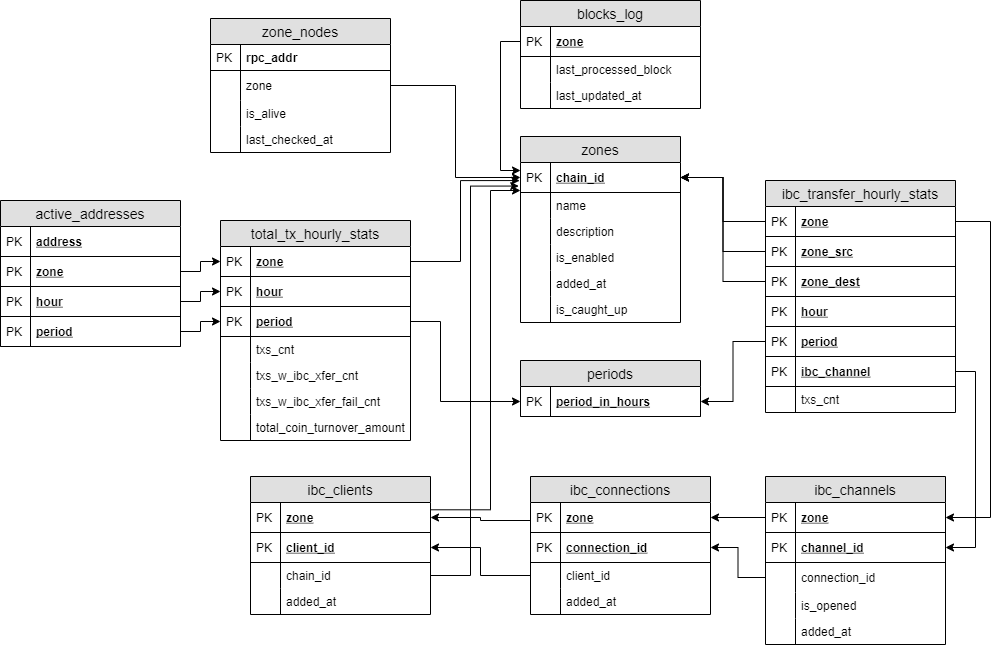
Above: docs/img/db_core.png in mapofzones/docs (draw.io), before the change. Source tidied: cells renumbered, new cells last; positions are measured from the earlier drawing's top-left corner, leaving out a move shared by most shapes.
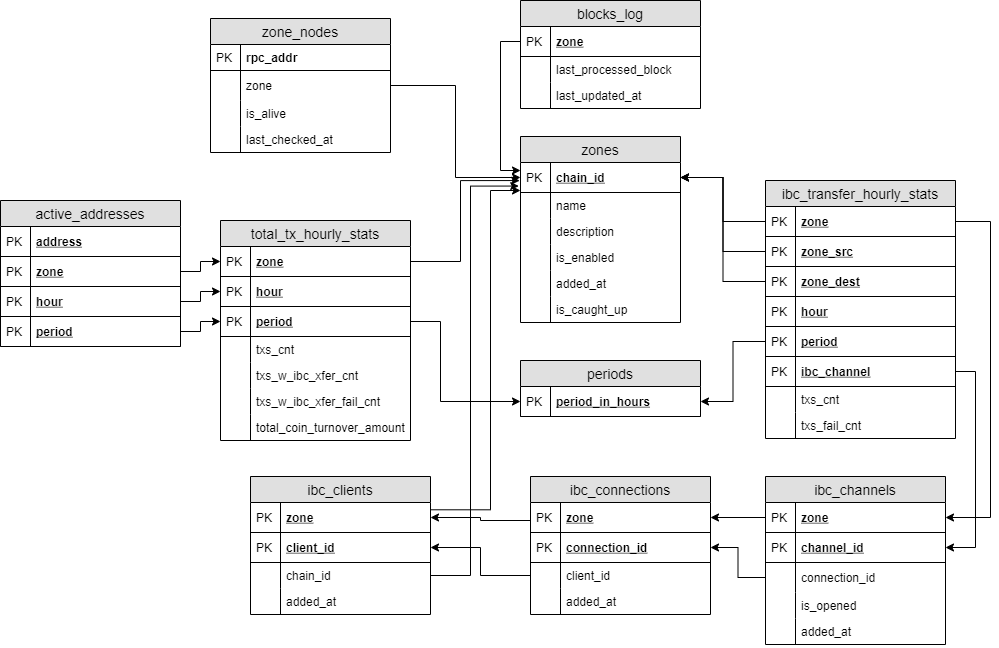
After the change.

What changed in the source:
```diff
@@ -188,7 +188,7 @@
       <mxGeometry width="30" height="26" as="geometry" />
     </mxCell>
     <mxCell id="56" value="ibc_transfer_hourly_stats" style="swimlane;fontStyle=0;horizontal=1;startSize=26;fillColor=#e0e0e0;swimlaneFillColor=#ffffff;align=center;fontSize=14;" parent="1" vertex="1">
-      <mxGeometry x="765" y="180" width="190" height="232" as="geometry" />
+      <mxGeometry x="765" y="180" width="190" height="258" as="geometry" />
     </mxCell>
     <mxCell id="57" value="zone" style="shape=partialRectangle;top=0;left=0;right=0;bottom=1;align=left;verticalAlign=middle;fillColor=none;spacingLeft=34;spacingRight=4;overflow=hidden;points=[[0,0.5],[1,0.5]];portConstraint=eastwest;fontStyle=5;fontSize=12;" parent="56" vertex="1">
       <mxGeometry y="26" width="190" height="30" as="geometry" />
@@ -232,6 +232,12 @@
     <mxCell id="70" style="shape=partialRectangle;top=0;left=0;bottom=0;fillColor=none;align=left;verticalAlign=top;spacingLeft=4;spacingRight=4;overflow=hidden;fontSize=12;" parent="69" vertex="1">
       <mxGeometry width="30" height="26" as="geometry" />
     </mxCell>
+    <mxCell id="121" value="txs_fail_cnt" style="shape=partialRectangle;top=0;left=0;right=0;bottom=0;align=left;verticalAlign=top;fillColor=none;spacingLeft=34;spacingRight=4;overflow=hidden;fontSize=12;" parent="56" vertex="1">
+      <mxGeometry y="232" width="190" height="26" as="geometry" />
+    </mxCell>
+    <mxCell id="122" style="shape=partialRectangle;top=0;left=0;bottom=0;fillColor=none;align=left;verticalAlign=top;spacingLeft=4;spacingRight=4;overflow=hidden;fontSize=12;" parent="121" vertex="1">
+      <mxGeometry width="30" height="26" as="geometry" />
+    </mxCell>
     <mxCell id="71" value="periods" style="swimlane;fontStyle=0;horizontal=1;startSize=26;fillColor=#e0e0e0;swimlaneFillColor=#ffffff;align=center;fontSize=14;" parent="1" vertex="1">
       <mxGeometry x="520" y="360" width="180" height="56" as="geometry" />
     </mxCell>
```
